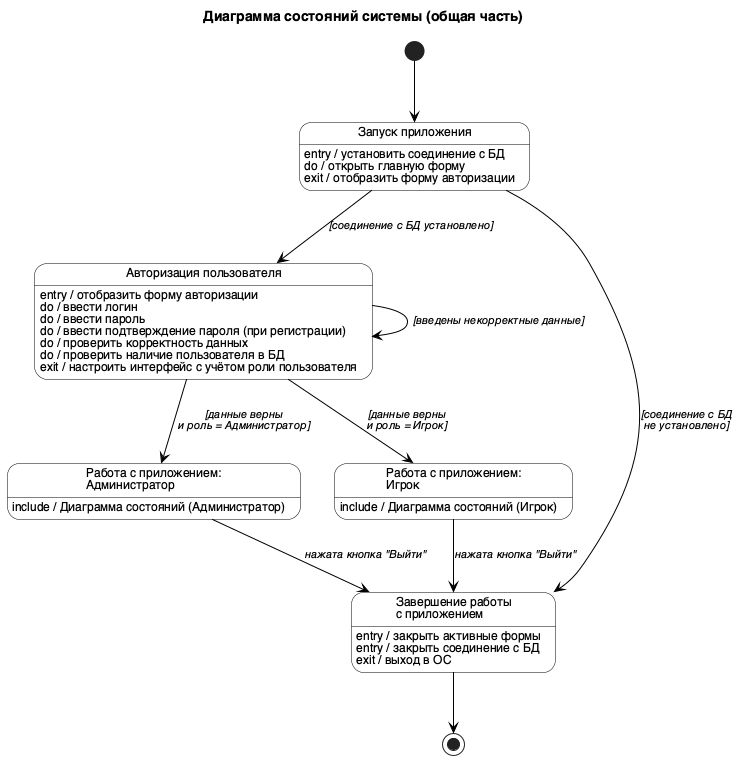
Before: state-general.png, a diagram exported from PlantUML (ozcnii/software-engineering). The source it was exported from:
```plantuml
@startuml
title Диаграмма состояний системы (общая часть)

skinparam state {
  BackgroundColor #FFFFFF
  BorderColor #000000
  FontSize 12
  ArrowColor #000000
  ArrowFontSize 11
  ArrowFontStyle italic
}
skinparam DefaultFontName Helvetica

[*] --> ЗапускПриложения

state "Запуск приложения" as ЗапускПриложения {
  ЗапускПриложения : entry / установить соединение с БД
  ЗапускПриложения : do / открыть главную форму
  ЗапускПриложения : exit / отобразить форму авторизации
}

state "Авторизация пользователя" as Авторизация {
  Авторизация : entry / отобразить форму авторизации
  Авторизация : do / ввести логин
  Авторизация : do / ввести пароль
  Авторизация : do / ввести подтверждение пароля (при регистрации)
  Авторизация : do / проверить корректность данных
  Авторизация : do / проверить наличие пользователя в БД
  Авторизация : exit / настроить интерфейс с учётом роли пользователя
}

state "Работа с приложением:\nАдминистратор" as РаботаАдмин
РаботаАдмин : include / Диаграмма состояний (Администратор)

state "Работа с приложением:\nИгрок" as РаботаИгрок
РаботаИгрок : include / Диаграмма состояний (Игрок)

state "Завершение работы\nс приложением" as Завершение {
  Завершение : entry / закрыть активные формы
  Завершение : entry / закрыть соединение с БД
  Завершение : exit / выход в ОС
}

ЗапускПриложения --> Авторизация : [соединение с БД установлено]
ЗапускПриложения --> Завершение : [соединение с БД\nне установлено]

Авторизация --> Авторизация : [введены некорректные данные]
Авторизация --> РаботаАдмин : [данные верны\nи роль = Администратор]
Авторизация --> РаботаИгрок : [данные верны\nи роль = Игрок]

РаботаАдмин --> Завершение : нажата кнопка "Выйти"
РаботаИгрок --> Завершение : нажата кнопка "Выйти"

Завершение --> [*]

@enduml
```
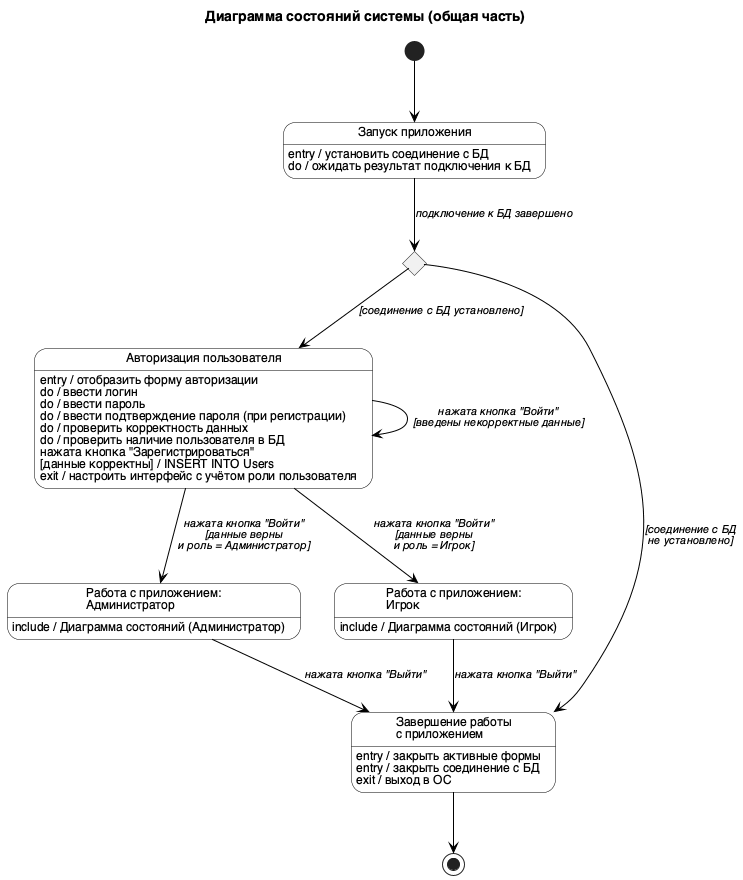
Later version of the same file.

Commit message:
Уточнить UML state/use-case и синхронизировать UI удаления

Change to the diagram source:
```diff
@@ -15,8 +15,7 @@
 
 state "Запуск приложения" as ЗапускПриложения {
   ЗапускПриложения : entry / установить соединение с БД
-  ЗапускПриложения : do / открыть главную форму
-  ЗапускПриложения : exit / отобразить форму авторизации
+  ЗапускПриложения : do / ожидать результат подключения к БД
 }
 
 state "Авторизация пользователя" as Авторизация {
@@ -26,6 +25,7 @@
   Авторизация : do / ввести подтверждение пароля (при регистрации)
   Авторизация : do / проверить корректность данных
   Авторизация : do / проверить наличие пользователя в БД
+  Авторизация : нажата кнопка "Зарегистрироваться"\n[данные корректны] / INSERT INTO Users
   Авторизация : exit / настроить интерфейс с учётом роли пользователя
 }
 
@@ -41,12 +41,15 @@
   Завершение : exit / выход в ОС
 }
 
-ЗапускПриложения --> Авторизация : [соединение с БД установлено]
-ЗапускПриложения --> Завершение : [соединение с БД\nне установлено]
+state ПроверкаСоединения <<choice>>
 
-Авторизация --> Авторизация : [введены некорректные данные]
-Авторизация --> РаботаАдмин : [данные верны\nи роль = Администратор]
-Авторизация --> РаботаИгрок : [данные верны\nи роль = Игрок]
+ЗапускПриложения --> ПроверкаСоединения : подключение к БД завершено
+ПроверкаСоединения --> Авторизация : [соединение с БД установлено]
+ПроверкаСоединения --> Завершение : [соединение с БД\nне установлено]
+
+Авторизация --> Авторизация : нажата кнопка "Войти"\n[введены некорректные данные]
+Авторизация --> РаботаАдмин : нажата кнопка "Войти"\n[данные верны\nи роль = Администратор]
+Авторизация --> РаботаИгрок : нажата кнопка "Войти"\n[данные верны\nи роль = Игрок]
 
 РаботаАдмин --> Завершение : нажата кнопка "Выйти"
 РаботаИгрок --> Завершение : нажата кнопка "Выйти"
```
